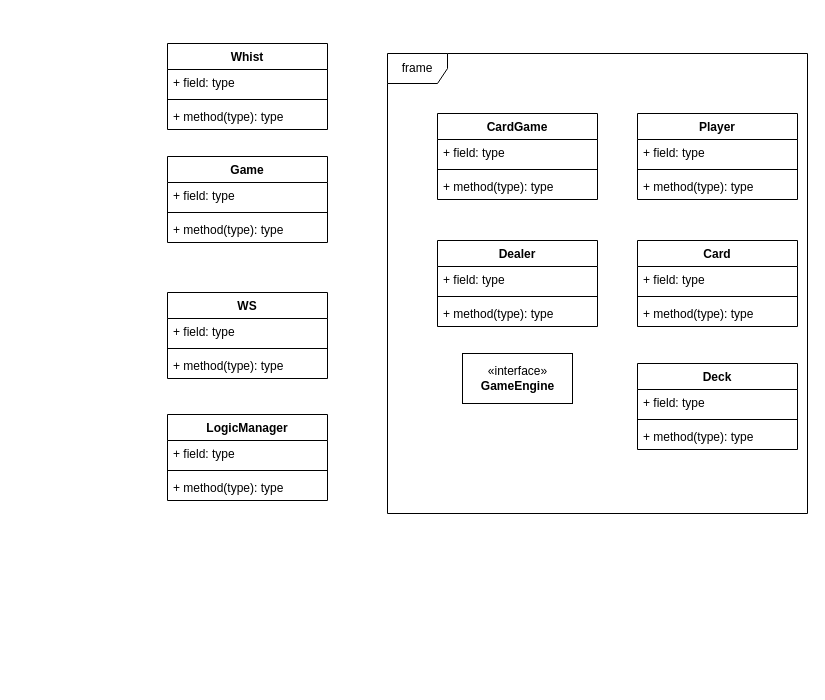
MarcusBou/KortKlubben keeps this draw.io diagram as KlasseDiagram.drawio. Above is the earlier version. Source tidied: cells renumbered, new cells numbered last; positions are measured from the earlier drawing's top-left corner, leaving out a move shared by most shapes. Both pictures are drawn from the tidied source at 100%, with x=0, y=0 at pixel (167, 43).
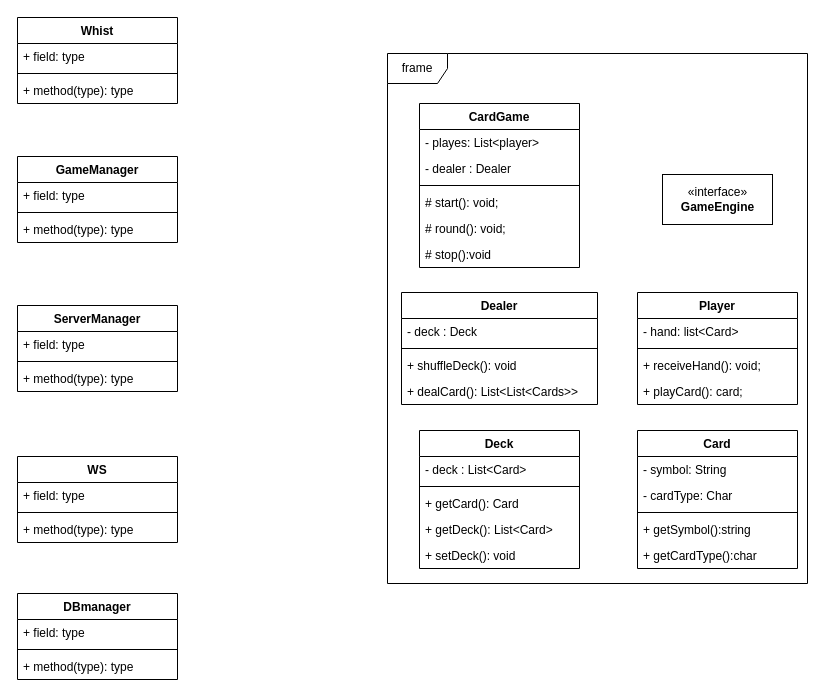
The same page after the edit.

Diff of the diagram source:
```diff
@@
     <mxCell id="2" value="frame" style="shape=umlFrame;whiteSpace=wrap;html=1;" parent="1" vertex="1">
-      <mxGeometry x="220" y="10" width="420" height="460" as="geometry" />
+      <mxGeometry x="220" y="10" width="420" height="530" as="geometry" />
     </mxCell>
     <mxCell id="3" value="Player" style="swimlane;fontStyle=1;align=center;verticalAlign=top;horizontal=1;startSize=26;" parent="1" vertex="1">
-      <mxGeometry x="470" y="70" width="160" height="86" as="geometry" />
+      <mxGeometry x="470" y="249" width="160" height="112" as="geometry" />
     </mxCell>
-    <mxCell id="4" value="+ field: type" style="text;strokeColor=none;fillColor=none;align=left;verticalAlign=top;spacingLeft=4;spacingRight=4;overflow=hidden;" parent="3" vertex="1">
+    <mxCell id="4" value="- hand: list&lt;Card&gt;" style="text;strokeColor=none;fillColor=none;align=left;verticalAlign=top;spacingLeft=4;spacingRight=4;overflow=hidden;" parent="3" vertex="1">
       <mxGeometry y="26" width="160" height="26" as="geometry" />
     </mxCell>
@@
-    <mxCell id="6" value="+ method(type): type" style="text;strokeColor=none;fillColor=none;align=left;verticalAlign=top;spacingLeft=4;spacingRight=4;overflow=hidden;" parent="3" vertex="1">
+    <mxCell id="6" value="+ receiveHand(): void;" style="text;strokeColor=none;fillColor=none;align=left;verticalAlign=top;spacingLeft=4;spacingRight=4;overflow=hidden;" parent="3" vertex="1">
       <mxGeometry y="60" width="160" height="26" as="geometry" />
     </mxCell>
+    <mxCell id="40" value="+ playCard(): card;" style="text;strokeColor=none;fillColor=none;align=left;verticalAlign=top;spacingLeft=4;spacingRight=4;overflow=hidden;" parent="3" vertex="1">
+      <mxGeometry y="86" width="160" height="26" as="geometry" />
+    </mxCell>
     <mxCell id="7" value="CardGame" style="swimlane;fontStyle=1;align=center;verticalAlign=top;horizontal=1;startSize=26;" parent="1" vertex="1">
-      <mxGeometry x="270" y="70" width="160" height="86" as="geometry" />
+      <mxGeometry x="252" y="60" width="160" height="164" as="geometry" />
     </mxCell>
-    <mxCell id="8" value="+ field: type" style="text;strokeColor=none;fillColor=none;align=left;verticalAlign=top;spacingLeft=4;spacingRight=4;overflow=hidden;" parent="7" vertex="1">
+    <mxCell id="8" value="- playes: List&lt;player&gt;" style="text;strokeColor=none;fillColor=none;align=left;verticalAlign=top;spacingLeft=4;spacingRight=4;overflow=hidden;" parent="7" vertex="1">
       <mxGeometry y="26" width="160" height="26" as="geometry" />
     </mxCell>
+    <mxCell id="41" value="- dealer : Dealer" style="text;strokeColor=none;fillColor=none;align=left;verticalAlign=top;spacingLeft=4;spacingRight=4;overflow=hidden;" parent="7" vertex="1">
+      <mxGeometry y="52" width="160" height="26" as="geometry" />
+    </mxCell>
     <mxCell id="9" style="line;strokeWidth=1;fillColor=none;align=left;verticalAlign=middle;spacingTop=-1;spacingLeft=3;spacingRight=3;labelPosition=right;" parent="7" vertex="1">
-      <mxGeometry y="52" width="160" height="8" as="geometry" />
+      <mxGeometry y="78" width="160" height="8" as="geometry" />
     </mxCell>
-    <mxCell id="10" value="+ method(type): type" style="text;strokeColor=none;fillColor=none;align=left;verticalAlign=top;spacingLeft=4;spacingRight=4;overflow=hidden;" parent="7" vertex="1">
-      <mxGeometry y="60" width="160" height="26" as="geometry" />
+    <mxCell id="10" value="# start(): void;" style="text;strokeColor=none;fillColor=none;align=left;verticalAlign=top;spacingLeft=4;spacingRight=4;overflow=hidden;" parent="7" vertex="1">
+      <mxGeometry y="86" width="160" height="26" as="geometry" />
     </mxCell>
+    <mxCell id="42" value="# round(): void;" style="text;strokeColor=none;fillColor=none;align=left;verticalAlign=top;spacingLeft=4;spacingRight=4;overflow=hidden;" parent="7" vertex="1">
+      <mxGeometry y="112" width="160" height="26" as="geometry" />
+    </mxCell>
+    <mxCell id="43" value="# stop():void" style="text;strokeColor=none;fillColor=none;align=left;verticalAlign=top;spacingLeft=4;spacingRight=4;overflow=hidden;" parent="7" vertex="1">
+      <mxGeometry y="138" width="160" height="26" as="geometry" />
+    </mxCell>
     <mxCell id="11" value="Card" style="swimlane;fontStyle=1;align=center;verticalAlign=top;horizontal=1;startSize=26;" parent="1" vertex="1">
-      <mxGeometry x="470" y="197" width="160" height="86" as="geometry" />
+      <mxGeometry x="470" y="387" width="160" height="138" as="geometry" />
     </mxCell>
-    <mxCell id="12" value="+ field: type" style="text;strokeColor=none;fillColor=none;align=left;verticalAlign=top;spacingLeft=4;spacingRight=4;overflow=hidden;" parent="11" vertex="1">
+    <mxCell id="12" value="- symbol: String" style="text;strokeColor=none;fillColor=none;align=left;verticalAlign=top;spacingLeft=4;spacingRight=4;overflow=hidden;" parent="11" vertex="1">
       <mxGeometry y="26" width="160" height="26" as="geometry" />
     </mxCell>
+    <mxCell id="44" value="- cardType: Char" style="text;strokeColor=none;fillColor=none;align=left;verticalAlign=top;spacingLeft=4;spacingRight=4;overflow=hidden;" parent="11" vertex="1">
+      <mxGeometry y="52" width="160" height="26" as="geometry" />
+    </mxCell>
     <mxCell id="13" style="line;strokeWidth=1;fillColor=none;align=left;verticalAlign=middle;spacingTop=-1;spacingLeft=3;spacingRight=3;labelPosition=right;" parent="11" vertex="1">
-      <mxGeometry y="52" width="160" height="8" as="geometry" />
+      <mxGeometry y="78" width="160" height="8" as="geometry" />
     </mxCell>
-    <mxCell id="14" value="+ method(type): type" style="text;strokeColor=none;fillColor=none;align=left;verticalAlign=top;spacingLeft=4;spacingRight=4;overflow=hidden;" parent="11" vertex="1">
-      <mxGeometry y="60" width="160" height="26" as="geometry" />
+    <mxCell id="14" value="+ getSymbol():string" style="text;strokeColor=none;fillColor=none;align=left;verticalAlign=top;spacingLeft=4;spacingRight=4;overflow=hidden;" parent="11" vertex="1">
+      <mxGeometry y="86" width="160" height="26" as="geometry" />
     </mxCell>
+    <mxCell id="45" value="+ getCardType():char" style="text;strokeColor=none;fillColor=none;align=left;verticalAlign=top;spacingLeft=4;spacingRight=4;overflow=hidden;" parent="11" vertex="1">
+      <mxGeometry y="112" width="160" height="26" as="geometry" />
+    </mxCell>
     <mxCell id="15" value="Dealer" style="swimlane;fontStyle=1;align=center;verticalAlign=top;horizontal=1;startSize=26;" parent="1" vertex="1">
-      <mxGeometry x="270" y="197" width="160" height="86" as="geometry" />
+      <mxGeometry x="234" y="249" width="196" height="112" as="geometry" />
     </mxCell>
-    <mxCell id="16" value="+ field: type" style="text;strokeColor=none;fillColor=none;align=left;verticalAlign=top;spacingLeft=4;spacingRight=4;overflow=hidden;" parent="15" vertex="1">
-      <mxGeometry y="26" width="160" height="26" as="geometry" />
+    <mxCell id="16" value="- deck : Deck" style="text;strokeColor=none;fillColor=none;align=left;verticalAlign=top;spacingLeft=4;spacingRight=4;overflow=hidden;" parent="15" vertex="1">
+      <mxGeometry y="26" width="196" height="26" as="geometry" />
     </mxCell>
     <mxCell id="17" style="line;strokeWidth=1;fillColor=none;align=left;verticalAlign=middle;spacingTop=-1;spacingLeft=3;spacingRight=3;labelPosition=right;" parent="15" vertex="1">
-      <mxGeometry y="52" width="160" height="8" as="geometry" />
+      <mxGeometry y="52" width="196" height="8" as="geometry" />
     </mxCell>
-    <mxCell id="18" value="+ method(type): type" style="text;strokeColor=none;fillColor=none;align=left;verticalAlign=top;spacingLeft=4;spacingRight=4;overflow=hidden;" parent="15" vertex="1">
-      <mxGeometry y="60" width="160" height="26" as="geometry" />
+    <mxCell id="18" value="+ shuffleDeck(): void" style="text;strokeColor=none;fillColor=none;align=left;verticalAlign=top;spacingLeft=4;spacingRight=4;overflow=hidden;" parent="15" vertex="1">
+      <mxGeometry y="60" width="196" height="26" as="geometry" />
     </mxCell>
+    <mxCell id="46" value="+ dealCard(): List&lt;List&lt;Cards&gt;&gt;" style="text;strokeColor=none;fillColor=none;align=left;verticalAlign=top;spacingLeft=4;spacingRight=4;overflow=hidden;" parent="15" vertex="1">
+      <mxGeometry y="86" width="196" height="26" as="geometry" />
+    </mxCell>
     <mxCell id="19" value="Deck" style="swimlane;fontStyle=1;align=center;verticalAlign=top;horizontal=1;startSize=26;" parent="1" vertex="1">
-      <mxGeometry x="470" y="320" width="160" height="86" as="geometry" />
+      <mxGeometry x="252" y="387" width="160" height="138" as="geometry" />
     </mxCell>
-    <mxCell id="20" value="+ field: type" style="text;strokeColor=none;fillColor=none;align=left;verticalAlign=top;spacingLeft=4;spacingRight=4;overflow=hidden;" parent="19" vertex="1">
+    <mxCell id="20" value="- deck : List&lt;Card&gt;" style="text;strokeColor=none;fillColor=none;align=left;verticalAlign=top;spacingLeft=4;spacingRight=4;overflow=hidden;" parent="19" vertex="1">
       <mxGeometry y="26" width="160" height="26" as="geometry" />
     </mxCell>
@@
+    <mxCell id="47" value="+ getCard(): Card  &#10;" style="text;strokeColor=none;fillColor=none;align=left;verticalAlign=top;spacingLeft=4;spacingRight=4;overflow=hidden;" parent="19" vertex="1">
+      <mxGeometry y="60" width="160" height="26" as="geometry" />
+    </mxCell>
+    <mxCell id="48" value="+ getDeck(): List&lt;Card&gt;" style="text;strokeColor=none;fillColor=none;align=left;verticalAlign=top;spacingLeft=4;spacingRight=4;overflow=hidden;" parent="19" vertex="1">
+      <mxGeometry y="86" width="160" height="26" as="geometry" />
+    </mxCell>
-    <mxCell id="22" value="+ method(type): type" style="text;strokeColor=none;fillColor=none;align=left;verticalAlign=top;spacingLeft=4;spacingRight=4;overflow=hidden;" parent="19" vertex="1">
-      <mxGeometry y="60" width="160" height="26" as="geometry" />
+    <mxCell id="22" value="+ setDeck(): void" style="text;strokeColor=none;fillColor=none;align=left;verticalAlign=top;spacingLeft=4;spacingRight=4;overflow=hidden;" parent="19" vertex="1">
+      <mxGeometry y="112" width="160" height="26" as="geometry" />
     </mxCell>
     <mxCell id="23" value="Whist" style="swimlane;fontStyle=1;align=center;verticalAlign=top;horizontal=1;startSize=26;" parent="1" vertex="1">
-      <mxGeometry width="160" height="86" as="geometry" />
+      <mxGeometry x="-150" y="-26" width="160" height="86" as="geometry" />
     </mxCell>
@@
     <mxCell id="27" value="«interface»&lt;br&gt;&lt;b&gt;GameEngine&lt;/b&gt;" style="html=1;" parent="1" vertex="1">
-      <mxGeometry x="295" y="310" width="110" height="50" as="geometry" />
+      <mxGeometry x="495" y="131" width="110" height="50" as="geometry" />
     </mxCell>
-    <mxCell id="28" value="Game" style="swimlane;fontStyle=1;align=center;verticalAlign=top;horizontal=1;startSize=26;" parent="1" vertex="1">
-      <mxGeometry y="113" width="160" height="86" as="geometry" />
+    <mxCell id="28" value="GameManager" style="swimlane;fontStyle=1;align=center;verticalAlign=top;horizontal=1;startSize=26;" parent="1" vertex="1">
+      <mxGeometry x="-150" y="113" width="160" height="86" as="geometry" />
     </mxCell>
@@
     <mxCell id="32" value="WS" style="swimlane;fontStyle=1;align=center;verticalAlign=top;horizontal=1;startSize=26;" parent="1" vertex="1">
-      <mxGeometry y="249" width="160" height="86" as="geometry" />
+      <mxGeometry x="-150" y="413" width="160" height="86" as="geometry" />
     </mxCell>
@@
-    <mxCell id="36" value="LogicManager" style="swimlane;fontStyle=1;align=center;verticalAlign=top;horizontal=1;startSize=26;" parent="1" vertex="1">
-      <mxGeometry y="371" width="160" height="86" as="geometry" />
+    <mxCell id="36" value="ServerManager" style="swimlane;fontStyle=1;align=center;verticalAlign=top;horizontal=1;startSize=26;" parent="1" vertex="1">
+      <mxGeometry x="-150" y="262" width="160" height="86" as="geometry" />
     </mxCell>
@@
+    <mxCell id="49" value="DBmanager" style="swimlane;fontStyle=1;align=center;verticalAlign=top;horizontal=1;startSize=26;" parent="1" vertex="1">
+      <mxGeometry x="-150" y="550" width="160" height="86" as="geometry" />
+    </mxCell>
+    <mxCell id="50" value="+ field: type" style="text;strokeColor=none;fillColor=none;align=left;verticalAlign=top;spacingLeft=4;spacingRight=4;overflow=hidden;" parent="49" vertex="1">
+      <mxGeometry y="26" width="160" height="26" as="geometry" />
+    </mxCell>
+    <mxCell id="51" style="line;strokeWidth=1;fillColor=none;align=left;verticalAlign=middle;spacingTop=-1;spacingLeft=3;spacingRight=3;labelPosition=right;" parent="49" vertex="1">
+      <mxGeometry y="52" width="160" height="8" as="geometry" />
+    </mxCell>
+    <mxCell id="52" value="+ method(type): type" style="text;strokeColor=none;fillColor=none;align=left;verticalAlign=top;spacingLeft=4;spacingRight=4;overflow=hidden;" parent="49" vertex="1">
+      <mxGeometry y="60" width="160" height="26" as="geometry" />
+    </mxCell>
```
